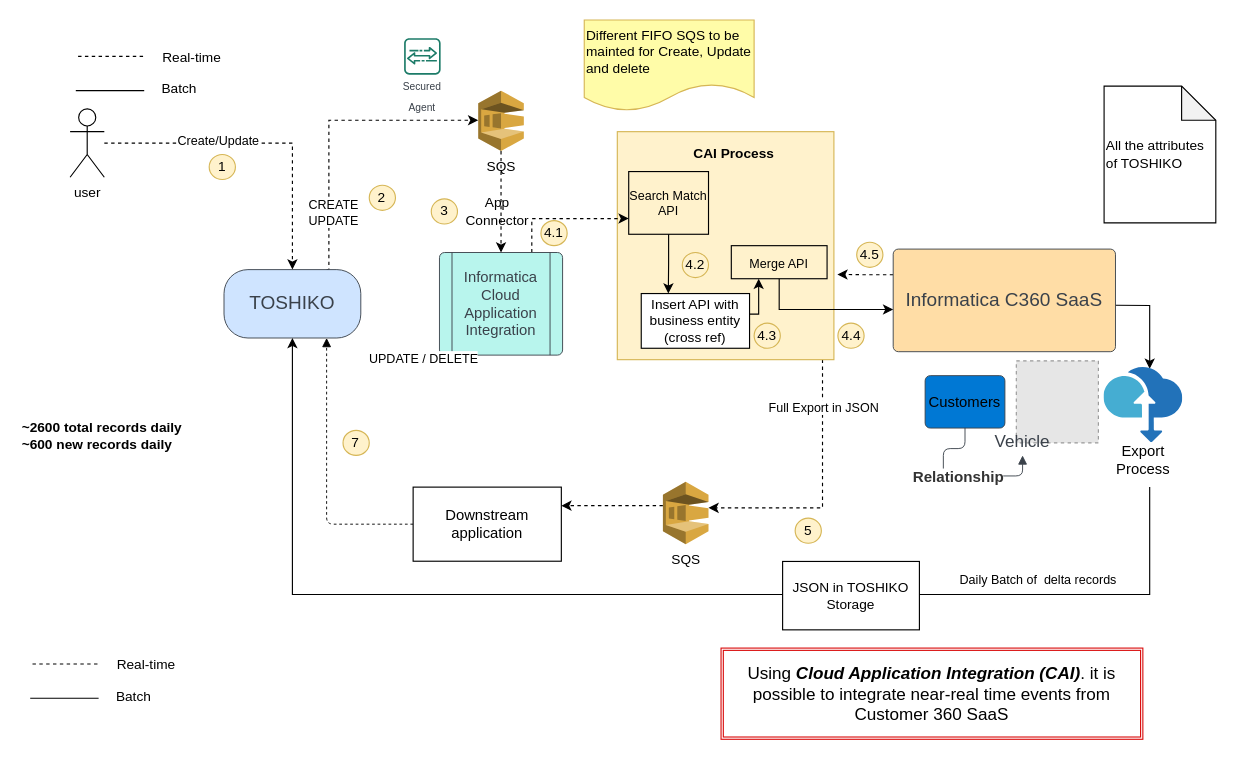
Earlier version of the draw.io diagram page "Page-4" (4 of 4) of TME-Misc_Design.drawio (biswarup81/drawings). Source tidied: cells renumbered, new cells numbered last; positions are measured from the earlier drawing's top-left corner, leaving out a move shared by most shapes. Both pictures are drawn from the tidied source at 114%, with x=0, y=0 at pixel (19, 19). Pictures stored in the file or linked from it are replaced by grey dashed boxes.
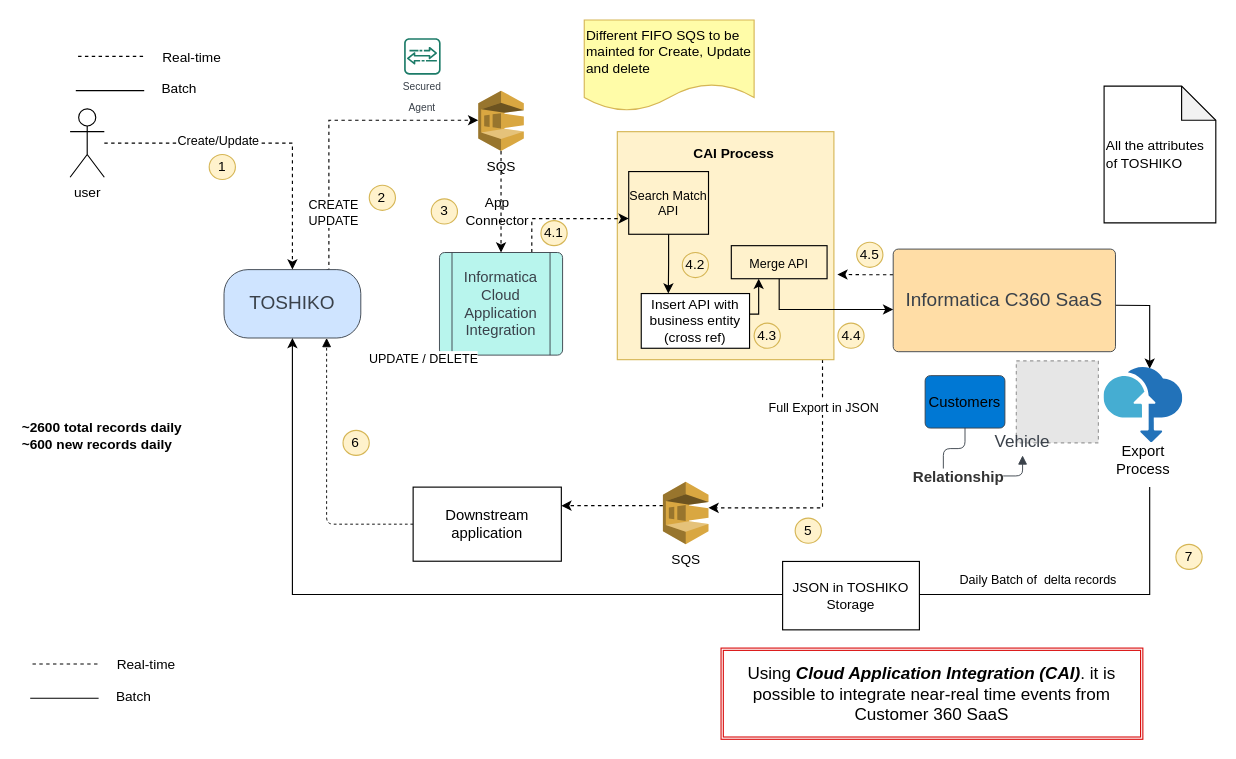
The same diagram, later.

What changed in the source:
```diff
@@
-    <mxCell id="61" value="7" style="ellipse;whiteSpace=wrap;html=1;fillColor=#fff2cc;strokeColor=#d6b656;" parent="1" vertex="1">
+    <mxCell id="61" value="6" style="ellipse;whiteSpace=wrap;html=1;fillColor=#fff2cc;strokeColor=#d6b656;" parent="1" vertex="1">
       <mxGeometry x="283.4" y="360" width="23" height="22" as="geometry" />
     </mxCell>
@@
+    <mxCell id="63" value="7" style="ellipse;whiteSpace=wrap;html=1;fillColor=#fff2cc;strokeColor=#d6b656;" parent="1" vertex="1">
+      <mxGeometry x="1014" y="460" width="23" height="22" as="geometry" />
+    </mxCell>
```
